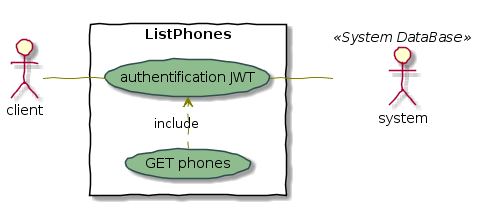
siggwer/Bilemo keeps this PlantUML diagram as docs/Uml/Diagram_use_case/Projet7_diagram_use_case_list_phones.png. Above is the earlier version.
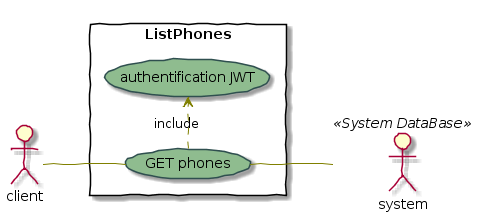
Later version of the same file.

Commit message:
modify use case diagramm

Change to the diagram source:
```diff
@@ -21,8 +21,8 @@
 actor client
 :system: as MySql << System DataBase >>
 rectangle ListPhones {
-  client -- (authentification JWT)
+  client -- (GET phones)
   (GET phones) .> (authentification JWT) : include
-  (authentification JWT)-- MySql << System DataBase >>
+  (GET phones)-- MySql << System DataBase >>
 }
 @enduml
```
